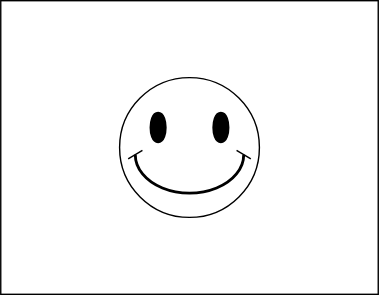
This is Untitled Diagram.drawio.svg from shulhi/drawio-drawings, a draw.io export, as it was before one commit. Source tidied: cells renumbered, new cells last; positions are measured from the earlier drawing's top-left corner, leaving out a move shared by most shapes.
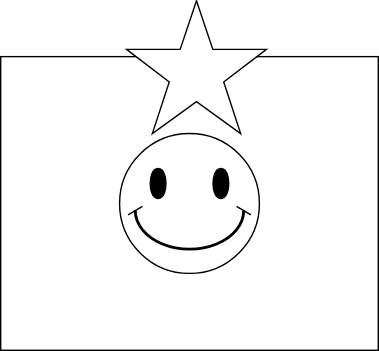
Above is the later version.

The edit, as a diff of the source:
```diff
@@ -8,5 +8,8 @@
     <mxCell id="3" style="verticalLabelPosition=bottom;verticalAlign=top;html=1;shape=mxgraph.basic.smiley;" parent="1" vertex="1">
       <mxGeometry x="85" y="55" width="100" height="100" as="geometry" />
     </mxCell>
+    <mxCell id="4" style="verticalLabelPosition=bottom;verticalAlign=top;html=1;shape=mxgraph.basic.star;" parent="1" vertex="1">
+      <mxGeometry x="90" y="-40" width="100" height="95" as="geometry" />
+    </mxCell>
   </root>
 </mxGraphModel>
```
